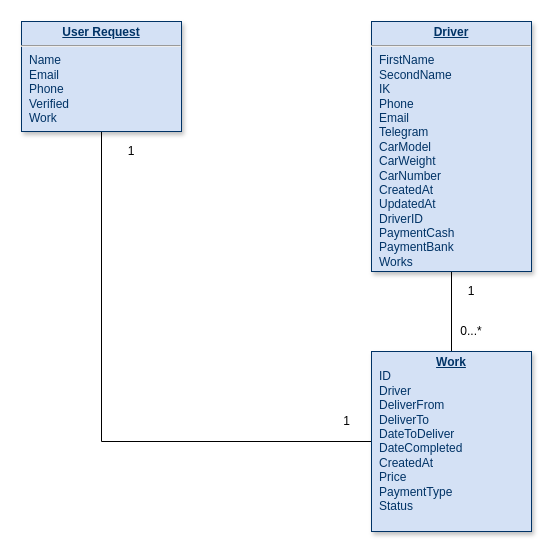
masb3/delivery24 keeps this draw.io diagram as design/DB.drawio. Above is the earlier version. Source tidied: cells renumbered, new cells numbered last; positions are measured from the earlier drawing's top-left corner, leaving out a move shared by most shapes. Both pictures are drawn from the tidied source at 100%, with x=0, y=0 at pixel (21, 21).
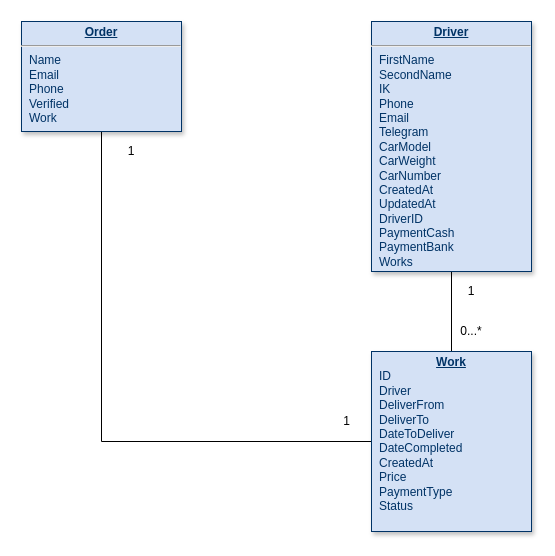
After the change.

What changed in the source:
```diff
@@
 <mxGraphModel>
   <root>
     <mxCell id="0" />
     <mxCell id="1" parent="0" />
     <mxCell id="2" style="edgeStyle=orthogonalEdgeStyle;rounded=0;jettySize=auto;html=1;exitX=0.5;exitY=1;exitDx=0;exitDy=0;entryX=0;entryY=0.5;entryDx=0;entryDy=0;endArrow=none;endFill=0;" parent="1" edge="1" source="3" target="6">
       <mxGeometry relative="1" as="geometry" />
     </mxCell>
-    <mxCell id="3" value="&lt;p style=&quot;margin: 0px ; margin-top: 4px ; text-align: center ; text-decoration: underline&quot;&gt;&lt;strong&gt;User Request&lt;/strong&gt;&lt;/p&gt;&lt;hr&gt;&lt;p style=&quot;margin: 0px ; margin-left: 8px&quot;&gt;Name&lt;/p&gt;&lt;p style=&quot;margin: 0px ; margin-left: 8px&quot;&gt;Email&lt;/p&gt;&lt;p style=&quot;margin: 0px ; margin-left: 8px&quot;&gt;Phone&lt;/p&gt;&lt;p style=&quot;margin: 0px ; margin-left: 8px&quot;&gt;Verified&lt;br&gt;Work&lt;br&gt;&lt;br&gt;&lt;/p&gt;" style="verticalAlign=top;align=left;overflow=fill;fontSize=12;fontFamily=Helvetica;html=1;strokeColor=#003366;shadow=1;fillColor=#D4E1F5;fontColor=#003366;" parent="1" vertex="1">
+    <mxCell id="3" value="&lt;p style=&quot;margin: 0px ; margin-top: 4px ; text-align: center ; text-decoration: underline&quot;&gt;&lt;b&gt;Order&lt;/b&gt;&lt;/p&gt;&lt;hr&gt;&lt;p style=&quot;margin: 0px ; margin-left: 8px&quot;&gt;Name&lt;/p&gt;&lt;p style=&quot;margin: 0px ; margin-left: 8px&quot;&gt;Email&lt;/p&gt;&lt;p style=&quot;margin: 0px ; margin-left: 8px&quot;&gt;Phone&lt;/p&gt;&lt;p style=&quot;margin: 0px ; margin-left: 8px&quot;&gt;Verified&lt;br&gt;Work&lt;br&gt;&lt;br&gt;&lt;/p&gt;" style="verticalAlign=top;align=left;overflow=fill;fontSize=12;fontFamily=Helvetica;html=1;strokeColor=#003366;shadow=1;fillColor=#D4E1F5;fontColor=#003366;" parent="1" vertex="1">
       <mxGeometry width="160" height="110" as="geometry" />
     </mxCell>
     <mxCell id="4" style="edgeStyle=orthogonalEdgeStyle;rounded=0;jettySize=auto;html=1;exitX=0.5;exitY=1;exitDx=0;exitDy=0;entryX=0.5;entryY=0;entryDx=0;entryDy=0;endArrow=none;endFill=0;" parent="1" edge="1" source="5" target="6">
       <mxGeometry relative="1" as="geometry" />
     </mxCell>
     <mxCell id="5" value="&lt;p style=&quot;margin: 0px ; margin-top: 4px ; text-align: center ; text-decoration: underline&quot;&gt;&lt;strong&gt;Driver&lt;/strong&gt;&lt;/p&gt;&lt;hr&gt;&lt;p style=&quot;margin: 0px ; margin-left: 8px&quot;&gt;FirstName&lt;/p&gt;&lt;p style=&quot;margin: 0px ; margin-left: 8px&quot;&gt;SecondName&lt;/p&gt;&lt;p style=&quot;margin: 0px ; margin-left: 8px&quot;&gt;IK&lt;/p&gt;&lt;p style=&quot;margin: 0px ; margin-left: 8px&quot;&gt;Phone&lt;br&gt;Email&lt;br&gt;Telegram&lt;br&gt;CarModel&lt;/p&gt;&lt;p style=&quot;margin: 0px ; margin-left: 8px&quot;&gt;CarWeight&lt;/p&gt;&lt;p style=&quot;margin: 0px ; margin-left: 8px&quot;&gt;CarNumber&lt;/p&gt;&lt;p style=&quot;margin: 0px ; margin-left: 8px&quot;&gt;CreatedAt&lt;br&gt;UpdatedAt&lt;/p&gt;&lt;p style=&quot;margin: 0px ; margin-left: 8px&quot;&gt;DriverID&lt;br&gt;PaymentCash&lt;br&gt;PaymentBank&lt;br&gt;Works&lt;br&gt;&lt;br&gt;&lt;/p&gt;" style="verticalAlign=top;align=left;overflow=fill;fontSize=12;fontFamily=Helvetica;html=1;strokeColor=#003366;shadow=1;fillColor=#D4E1F5;fontColor=#003366;" parent="1" vertex="1">
       <mxGeometry x="350" width="160" height="250" as="geometry" />
     </mxCell>
     <mxCell id="6" value="&lt;p style=&quot;margin: 0px ; margin-top: 4px ; text-align: center ; text-decoration: underline&quot;&gt;&lt;b&gt;Work&lt;/b&gt;&lt;/p&gt;&lt;p style=&quot;margin: 0px ; margin-left: 8px&quot;&gt;ID&lt;/p&gt;&lt;p style=&quot;margin: 0px ; margin-left: 8px&quot;&gt;Driver&lt;/p&gt;&lt;p style=&quot;margin: 0px ; margin-left: 8px&quot;&gt;DeliverFrom&lt;/p&gt;&lt;p style=&quot;margin: 0px ; margin-left: 8px&quot;&gt;DeliverTo&lt;/p&gt;&lt;p style=&quot;margin: 0px ; margin-left: 8px&quot;&gt;DateToDeliver&lt;br&gt;DateCompleted&lt;/p&gt;&lt;p style=&quot;margin: 0px ; margin-left: 8px&quot;&gt;CreatedAt&lt;/p&gt;&lt;p style=&quot;margin: 0px ; margin-left: 8px&quot;&gt;Price&lt;br&gt;PaymentType&lt;br&gt;Status&lt;/p&gt;" style="verticalAlign=top;align=left;overflow=fill;fontSize=12;fontFamily=Helvetica;html=1;strokeColor=#003366;shadow=1;fillColor=#D4E1F5;fontColor=#003366;" parent="1" vertex="1">
       <mxGeometry x="350" y="330" width="160" height="180" as="geometry" />
     </mxCell>
     <mxCell id="7" value="1" style="text;html=1;strokeColor=none;fillColor=none;align=center;verticalAlign=middle;whiteSpace=wrap;rounded=0;" parent="1" vertex="1">
       <mxGeometry x="430" y="260" width="40" height="20" as="geometry" />
     </mxCell>
     <mxCell id="8" value="0...*" style="text;html=1;strokeColor=none;fillColor=none;align=center;verticalAlign=middle;whiteSpace=wrap;rounded=0;" parent="1" vertex="1">
       <mxGeometry x="430" y="300" width="40" height="20" as="geometry" />
     </mxCell>
     <mxCell id="9" value="1" style="text;html=1;strokeColor=none;fillColor=none;align=center;verticalAlign=middle;whiteSpace=wrap;rounded=0;" parent="1" vertex="1">
       <mxGeometry x="90" y="120" width="40" height="20" as="geometry" />
     </mxCell>
     <mxCell id="10" value="1" style="text;html=1;align=center;verticalAlign=middle;" parent="1" vertex="1">
       <mxGeometry x="315" y="390" width="20" height="20" as="geometry" />
     </mxCell>
   </root>
 </mxGraphModel>
```
